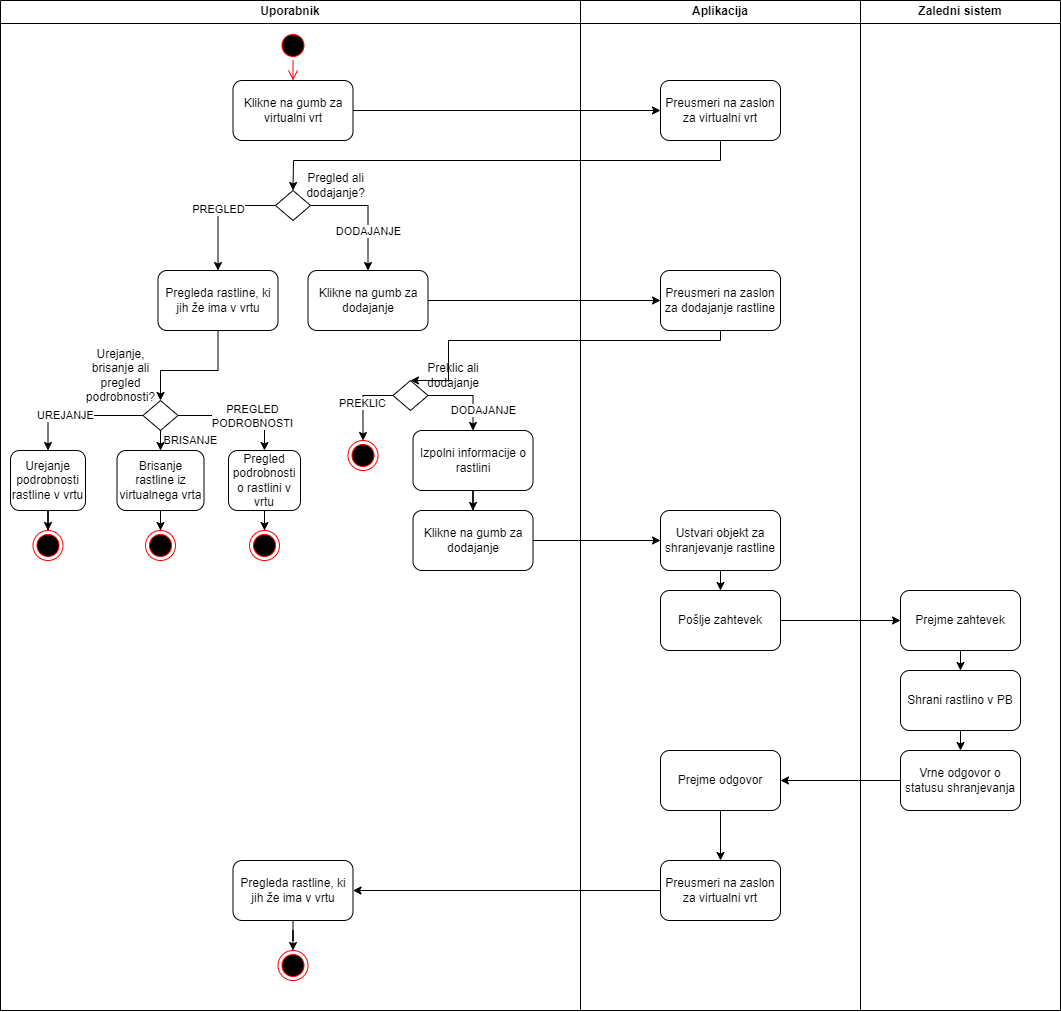
Above: Documentation/ActivityDiagrams/VirtualGarden/DA_VirtualniVrt.png in zala-lahovnik/BotaniAI (draw.io), before the change. Source tidied: cells renumbered, new cells last; positions are measured from the earlier drawing's top-left corner, leaving out a move shared by most shapes.
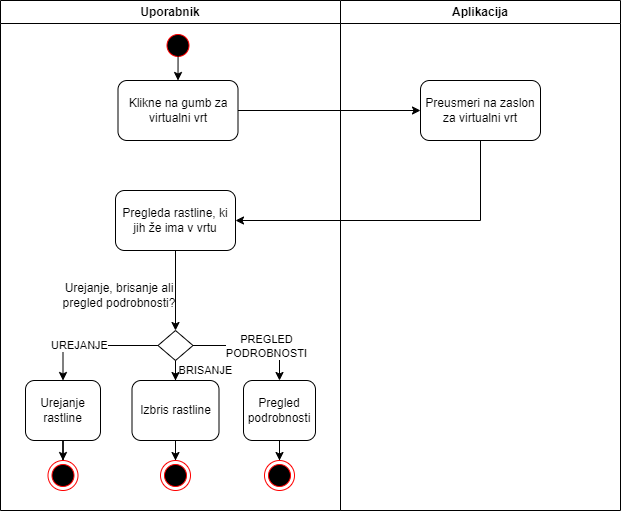
The same diagram one commit later.

Commit message:
docs: update activity diagram for virtual garden

The edit, as a diff of the source:
```diff
@@ -3,96 +3,28 @@
     <mxCell id="0" />
     <mxCell id="1" parent="0" />
     <mxCell id="2" value="Uporabnik" style="swimlane;whiteSpace=wrap;html=1;" parent="1" vertex="1">
-      <mxGeometry width="580" height="1010" as="geometry" />
+      <mxGeometry x="240" width="340" height="510" as="geometry" />
     </mxCell>
     <mxCell id="3" style="ellipse;html=1;shape=startState;fillColor=#000000;strokeColor=#ff0000;" parent="2" vertex="1">
-      <mxGeometry x="277.5" y="30" width="30" height="30" as="geometry" />
+      <mxGeometry x="162.5" y="30" width="30" height="30" as="geometry" />
     </mxCell>
-    <mxCell id="4" style="edgeStyle=orthogonalEdgeStyle;html=1;verticalAlign=bottom;endArrow=open;endSize=8;strokeColor=#ff0000;rounded=0;entryX=0.5;entryY=0;entryDx=0;entryDy=0;" parent="2" edge="1" source="3" target="5">
+    <mxCell id="4" style="edgeStyle=orthogonalEdgeStyle;rounded=0;jettySize=auto;html=1;exitX=0.502;exitY=0.838;exitDx=0;exitDy=0;exitPerimeter=0;entryX=0.5;entryY=0;entryDx=0;entryDy=0;" parent="2" edge="1" source="3" target="5">
       <mxGeometry relative="1" as="geometry" />
     </mxCell>
     <mxCell id="5" value="Klikne na gumb za virtualni vrt" style="rounded=1;whiteSpace=wrap;html=1;" parent="2" vertex="1">
-      <mxGeometry x="232.5" y="80" width="120" height="60" as="geometry" />
+      <mxGeometry x="117.5" y="80" width="120" height="60" as="geometry" />
     </mxCell>
-    <mxCell id="6" value="PREGLED" style="edgeStyle=orthogonalEdgeStyle;rounded=0;jettySize=auto;html=1;entryX=0.5;entryY=0;entryDx=0;entryDy=0;" parent="2" edge="1" source="9" target="14">
-      <mxGeometry relative="1" as="geometry">
-        <Array as="points">
-          <mxPoint x="217.5" y="205" />
-        </Array>
-      </mxGeometry>
-    </mxCell>
-    <mxCell id="7" style="edgeStyle=orthogonalEdgeStyle;rounded=0;jettySize=auto;html=1;entryX=0.5;entryY=0;entryDx=0;entryDy=0;" parent="2" edge="1" source="9" target="15">
-      <mxGeometry relative="1" as="geometry">
-        <Array as="points">
-          <mxPoint x="367.5" y="205" />
-        </Array>
-      </mxGeometry>
-    </mxCell>
-    <mxCell id="8" value="DODAJANJE" style="edgeLabel;html=1;align=center;verticalAlign=middle;" parent="7" vertex="1">
-      <mxGeometry x="0.6" y="1" relative="1" as="geometry">
-        <mxPoint x="-1" y="-16" as="offset" />
-      </mxGeometry>
-    </mxCell>
-    <mxCell id="9" style="rhombus;whiteSpace=wrap;html=1;" parent="2" vertex="1">
-      <mxGeometry x="275" y="190" width="35" height="30" as="geometry" />
-    </mxCell>
-    <mxCell id="10" style="edgeStyle=orthogonalEdgeStyle;rounded=0;jettySize=auto;html=1;entryX=0.5;entryY=0;entryDx=0;entryDy=0;" parent="2" edge="1" source="11" target="25">
-      <mxGeometry relative="1" as="geometry" />
-    </mxCell>
-    <mxCell id="11" value="Pregleda rastline, ki jih že ima v vrtu" style="whiteSpace=wrap;html=1;rounded=1;" parent="2" vertex="1">
-      <mxGeometry x="232.5" y="860" width="120" height="60" as="geometry" />
-    </mxCell>
-    <mxCell id="12" value="Pregled ali dodajanje?" style="text;html=1;strokeColor=none;fillColor=none;align=center;verticalAlign=middle;whiteSpace=wrap;rounded=0;" parent="2" vertex="1">
-      <mxGeometry x="292.5" y="170" width="85" height="30" as="geometry" />
-    </mxCell>
     <mxCell id="13" style="edgeStyle=orthogonalEdgeStyle;rounded=0;jettySize=auto;html=1;entryX=0.5;entryY=0;entryDx=0;entryDy=0;" parent="2" edge="1" source="14" target="29">
       <mxGeometry relative="1" as="geometry">
         <Array as="points">
-          <mxPoint x="217.5" y="370" />
-          <mxPoint x="160.5" y="370" />
+          <mxPoint x="175" y="250" />
+          <mxPoint x="175" y="410" />
         </Array>
       </mxGeometry>
     </mxCell>
     <mxCell id="14" value="Pregleda rastline, ki jih že ima v vrtu" style="rounded=1;whiteSpace=wrap;html=1;" parent="2" vertex="1">
-      <mxGeometry x="157.5" y="270" width="120" height="60" as="geometry" />
+      <mxGeometry x="115" y="190" width="120" height="60" as="geometry" />
     </mxCell>
-    <mxCell id="15" value="Klikne na gumb za dodajanje" style="rounded=1;whiteSpace=wrap;html=1;" parent="2" vertex="1">
-      <mxGeometry x="307.5" y="270" width="120" height="60" as="geometry" />
-    </mxCell>
-    <mxCell id="16" value="DODAJANJE" style="edgeStyle=orthogonalEdgeStyle;rounded=0;jettySize=auto;html=1;entryX=0.5;entryY=0;entryDx=0;entryDy=0;" parent="2" edge="1" source="19" target="22">
-      <mxGeometry x="0.5" y="10" relative="1" as="geometry">
-        <Array as="points">
-          <mxPoint x="472.5" y="395" />
-        </Array>
-      </mxGeometry>
-    </mxCell>
-    <mxCell id="17" style="edgeStyle=orthogonalEdgeStyle;rounded=0;jettySize=auto;html=1;entryX=0.5;entryY=0;entryDx=0;entryDy=0;" parent="2" edge="1" source="19" target="23">
-      <mxGeometry relative="1" as="geometry" />
-    </mxCell>
-    <mxCell id="18" value="PREKLIC" style="edgeLabel;html=1;align=center;verticalAlign=middle;" parent="17" vertex="1">
-      <mxGeometry x="-0.03" y="-1" relative="1" as="geometry" />
-    </mxCell>
-    <mxCell id="19" style="rhombus;whiteSpace=wrap;html=1;" parent="2" vertex="1">
-      <mxGeometry x="392.5" y="380" width="35" height="30" as="geometry" />
-    </mxCell>
-    <mxCell id="20" value="Preklic ali dodajanje" style="text;html=1;strokeColor=none;fillColor=none;align=center;verticalAlign=middle;whiteSpace=wrap;rounded=0;" parent="2" vertex="1">
-      <mxGeometry x="422.5" y="360" width="60" height="30" as="geometry" />
-    </mxCell>
-    <mxCell id="21" style="edgeStyle=orthogonalEdgeStyle;rounded=0;jettySize=auto;html=1;" parent="2" edge="1" source="22" target="24">
-      <mxGeometry relative="1" as="geometry" />
-    </mxCell>
-    <mxCell id="22" value="Izpolni informacije o rastlini" style="rounded=1;whiteSpace=wrap;html=1;" parent="2" vertex="1">
-      <mxGeometry x="412.5" y="430" width="120" height="60" as="geometry" />
-    </mxCell>
-    <mxCell id="23" style="ellipse;html=1;shape=endState;fillColor=#000000;strokeColor=#ff0000;" parent="2" vertex="1">
-      <mxGeometry x="347.5" y="440" width="30" height="30" as="geometry" />
-    </mxCell>
-    <mxCell id="24" value="Klikne na gumb za dodajanje" style="whiteSpace=wrap;html=1;rounded=1;" parent="2" vertex="1">
-      <mxGeometry x="412.5" y="510" width="120" height="60" as="geometry" />
-    </mxCell>
-    <mxCell id="25" style="ellipse;html=1;shape=endState;fillColor=#000000;strokeColor=#ff0000;" parent="2" vertex="1">
-      <mxGeometry x="277.5" y="950" width="30" height="30" as="geometry" />
-    </mxCell>
     <mxCell id="26" style="edgeStyle=orthogonalEdgeStyle;rounded=0;jettySize=auto;html=1;entryX=0.5;entryY=0;entryDx=0;entryDy=0;" parent="2" edge="1" source="29" target="32">
       <mxGeometry relative="1" as="geometry" />
     </mxCell>
@@ -103,28 +35,28 @@
       <mxGeometry x="0.67" y="30" relative="1" as="geometry" />
     </mxCell>
     <mxCell id="29" style="rhombus;whiteSpace=wrap;html=1;" parent="2" vertex="1">
-      <mxGeometry x="142.5" y="400" width="35" height="30" as="geometry" />
+      <mxGeometry x="157.5" y="330" width="35" height="30" as="geometry" />
     </mxCell>
     <mxCell id="30" value="Urejanje, brisanje ali pregled podrobnosti?" style="text;html=1;strokeColor=none;fillColor=none;align=center;verticalAlign=middle;whiteSpace=wrap;rounded=0;" parent="2" vertex="1">
-      <mxGeometry x="72.5" y="360" width="95" height="30" as="geometry" />
+      <mxGeometry x="55" y="270" width="127.5" height="50" as="geometry" />
     </mxCell>
     <mxCell id="31" style="edgeStyle=orthogonalEdgeStyle;rounded=0;jettySize=auto;html=1;" parent="2" edge="1" source="32" target="39">
       <mxGeometry relative="1" as="geometry" />
     </mxCell>
-    <mxCell id="32" value="Urejanje podrobnosti rastline v vrtu" style="rounded=1;whiteSpace=wrap;html=1;" parent="2" vertex="1">
-      <mxGeometry x="10" y="450" width="75" height="60" as="geometry" />
+    <mxCell id="32" value="Urejanje rastline" style="rounded=1;whiteSpace=wrap;html=1;" parent="2" vertex="1">
+      <mxGeometry x="25" y="380" width="75" height="60" as="geometry" />
     </mxCell>
     <mxCell id="33" style="edgeStyle=orthogonalEdgeStyle;rounded=0;jettySize=auto;html=1;" parent="2" edge="1" source="34" target="40">
       <mxGeometry relative="1" as="geometry" />
     </mxCell>
-    <mxCell id="34" value="Brisanje rastline iz virtualnega vrta" style="rounded=1;whiteSpace=wrap;html=1;" parent="2" vertex="1">
-      <mxGeometry x="116.5" y="450" width="87" height="60" as="geometry" />
+    <mxCell id="34" value="Izbris rastline" style="rounded=1;whiteSpace=wrap;html=1;" parent="2" vertex="1">
+      <mxGeometry x="131.5" y="380" width="87" height="60" as="geometry" />
     </mxCell>
     <mxCell id="35" style="edgeStyle=orthogonalEdgeStyle;rounded=0;jettySize=auto;html=1;" parent="2" edge="1" source="36" target="41">
       <mxGeometry relative="1" as="geometry" />
     </mxCell>
-    <mxCell id="36" value="Pregled podrobnosti o rastlini v vrtu" style="rounded=1;whiteSpace=wrap;html=1;" parent="2" vertex="1">
-      <mxGeometry x="228" y="450" width="72" height="60" as="geometry" />
+    <mxCell id="36" value="Pregled podrobnosti" style="rounded=1;whiteSpace=wrap;html=1;" parent="2" vertex="1">
+      <mxGeometry x="243" y="380" width="72" height="60" as="geometry" />
     </mxCell>
     <mxCell id="37" style="edgeStyle=orthogonalEdgeStyle;rounded=0;jettySize=auto;html=1;entryX=0.5;entryY=0;entryDx=0;entryDy=0;exitX=1;exitY=0.5;exitDx=0;exitDy=0;" parent="2" edge="1" source="29" target="36">
       <mxGeometry relative="1" as="geometry" />
@@ -135,93 +67,29 @@
       </mxGeometry>
     </mxCell>
     <mxCell id="39" style="ellipse;html=1;shape=endState;fillColor=#000000;strokeColor=#ff0000;" parent="2" vertex="1">
-      <mxGeometry x="32.5" y="530" width="30" height="30" as="geometry" />
+      <mxGeometry x="47.5" y="460" width="30" height="30" as="geometry" />
     </mxCell>
     <mxCell id="40" style="ellipse;html=1;shape=endState;fillColor=#000000;strokeColor=#ff0000;" parent="2" vertex="1">
-      <mxGeometry x="145" y="530" width="30" height="30" as="geometry" />
+      <mxGeometry x="160" y="460" width="30" height="30" as="geometry" />
     </mxCell>
     <mxCell id="41" style="ellipse;html=1;shape=endState;fillColor=#000000;strokeColor=#ff0000;" parent="2" vertex="1">
-      <mxGeometry x="249" y="530" width="30" height="30" as="geometry" />
+      <mxGeometry x="264" y="460" width="30" height="30" as="geometry" />
     </mxCell>
     <mxCell id="42" value="Aplikacija" style="swimlane;whiteSpace=wrap;html=1;" parent="1" vertex="1">
-      <mxGeometry x="580" width="280" height="1010" as="geometry" />
+      <mxGeometry x="580" width="280" height="510" as="geometry" />
     </mxCell>
     <mxCell id="43" value="Preusmeri na zaslon za virtualni vrt" style="rounded=1;whiteSpace=wrap;html=1;" parent="42" vertex="1">
       <mxGeometry x="80" y="80" width="120" height="60" as="geometry" />
     </mxCell>
-    <mxCell id="44" value="Preusmeri na zaslon za dodajanje rastline" style="rounded=1;whiteSpace=wrap;html=1;" parent="42" vertex="1">
-      <mxGeometry x="80" y="270" width="120" height="60" as="geometry" />
-    </mxCell>
-    <mxCell id="45" style="edgeStyle=orthogonalEdgeStyle;rounded=0;jettySize=auto;html=1;" parent="42" edge="1" source="46" target="49">
-      <mxGeometry relative="1" as="geometry" />
-    </mxCell>
-    <mxCell id="46" value="Ustvari objekt za shranjevanje rastline" style="whiteSpace=wrap;html=1;rounded=1;" parent="42" vertex="1">
-      <mxGeometry x="80" y="510" width="120" height="60" as="geometry" />
-    </mxCell>
-    <mxCell id="47" style="edgeStyle=orthogonalEdgeStyle;rounded=0;jettySize=auto;html=1;" parent="42" edge="1" source="48" target="50">
-      <mxGeometry relative="1" as="geometry" />
-    </mxCell>
-    <mxCell id="48" value="Prejme odgovor" style="whiteSpace=wrap;html=1;rounded=1;" parent="42" vertex="1">
-      <mxGeometry x="80" y="750" width="120" height="60" as="geometry" />
-    </mxCell>
-    <mxCell id="49" value="Pošlje zahtevek" style="rounded=1;whiteSpace=wrap;html=1;" parent="42" vertex="1">
-      <mxGeometry x="80" y="590" width="120" height="60" as="geometry" />
-    </mxCell>
-    <mxCell id="50" value="Preusmeri na zaslon za virtualni vrt" style="whiteSpace=wrap;html=1;rounded=1;" parent="42" vertex="1">
-      <mxGeometry x="80" y="860" width="120" height="60" as="geometry" />
-    </mxCell>
-    <mxCell id="51" value="Zaledni sistem" style="swimlane;whiteSpace=wrap;html=1;startSize=23;" parent="1" vertex="1">
-      <mxGeometry x="860" width="200" height="1010" as="geometry" />
-    </mxCell>
-    <mxCell id="52" style="edgeStyle=orthogonalEdgeStyle;rounded=0;jettySize=auto;html=1;" parent="51" edge="1" source="53" target="54">
-      <mxGeometry relative="1" as="geometry" />
-    </mxCell>
-    <mxCell id="53" value="Prejme zahtevek" style="whiteSpace=wrap;html=1;rounded=1;" parent="51" vertex="1">
-      <mxGeometry x="40" y="590" width="120" height="60" as="geometry" />
-    </mxCell>
-    <mxCell id="54" value="Shrani rastlino v PB" style="whiteSpace=wrap;html=1;rounded=1;" parent="51" vertex="1">
-      <mxGeometry x="40" y="670" width="120" height="60" as="geometry" />
-    </mxCell>
-    <mxCell id="55" style="edgeStyle=orthogonalEdgeStyle;rounded=0;jettySize=auto;html=1;exitX=0.5;exitY=1;exitDx=0;exitDy=0;entryX=0.5;entryY=0;entryDx=0;entryDy=0;" parent="51" edge="1" source="54" target="56">
-      <mxGeometry relative="1" as="geometry" />
-    </mxCell>
-    <mxCell id="56" value="Vrne odgovor o statusu shranjevanja" style="whiteSpace=wrap;html=1;rounded=1;" parent="51" vertex="1">
-      <mxGeometry x="40" y="750" width="120" height="60" as="geometry" />
-    </mxCell>
     <mxCell id="57" style="endArrow=classic;html=1;rounded=0;exitX=1;exitY=0.5;exitDx=0;exitDy=0;entryX=0;entryY=0.5;entryDx=0;entryDy=0;" parent="1" edge="1" source="5" target="43">
       <mxGeometry relative="1" as="geometry" />
     </mxCell>
-    <mxCell id="58" style="endArrow=classic;html=1;rounded=0;exitX=0.5;exitY=1;exitDx=0;exitDy=0;entryX=0.5;entryY=0;entryDx=0;entryDy=0;" parent="1" edge="1" source="43" target="9">
-      <mxGeometry relative="1" as="geometry">
-        <Array as="points">
-          <mxPoint x="720" y="160" />
-          <mxPoint x="293" y="160" />
-        </Array>
-      </mxGeometry>
-    </mxCell>
-    <mxCell id="59" style="edgeStyle=orthogonalEdgeStyle;rounded=0;jettySize=auto;html=1;" parent="1" edge="1" source="49" target="53">
-      <mxGeometry relative="1" as="geometry" />
-    </mxCell>
-    <mxCell id="60" style="edgeStyle=orthogonalEdgeStyle;rounded=0;jettySize=auto;html=1;entryX=0;entryY=0.5;entryDx=0;entryDy=0;" parent="1" edge="1" source="15" target="44">
-      <mxGeometry relative="1" as="geometry" />
-    </mxCell>
-    <mxCell id="61" style="edgeStyle=orthogonalEdgeStyle;rounded=0;jettySize=auto;html=1;entryX=0.5;entryY=0;entryDx=0;entryDy=0;" parent="1" edge="1" source="44" target="19">
-      <mxGeometry relative="1" as="geometry">
-        <Array as="points">
-          <mxPoint x="720" y="340" />
-          <mxPoint x="448" y="340" />
-          <mxPoint x="448" y="380" />
-        </Array>
-      </mxGeometry>
-    </mxCell>
-    <mxCell id="62" style="edgeStyle=orthogonalEdgeStyle;rounded=0;jettySize=auto;html=1;entryX=0;entryY=0.5;entryDx=0;entryDy=0;" parent="1" edge="1" source="24" target="46">
-      <mxGeometry relative="1" as="geometry" />
-    </mxCell>
-    <mxCell id="63" style="edgeStyle=orthogonalEdgeStyle;rounded=0;jettySize=auto;html=1;entryX=1;entryY=0.5;entryDx=0;entryDy=0;" parent="1" edge="1" source="56" target="48">
-      <mxGeometry relative="1" as="geometry" />
-    </mxCell>
-    <mxCell id="64" style="edgeStyle=orthogonalEdgeStyle;rounded=0;jettySize=auto;html=1;exitX=0;exitY=0.5;exitDx=0;exitDy=0;entryX=1;entryY=0.5;entryDx=0;entryDy=0;" parent="1" edge="1" source="50" target="11">
-      <mxGeometry relative="1" as="geometry" />
-    </mxCell>
+    <mxCell id="65" style="edgeStyle=orthogonalEdgeStyle;rounded=0;jettySize=auto;html=1;entryX=1;entryY=0.5;entryDx=0;entryDy=0;" parent="1" edge="1" source="43" target="14">
+      <mxGeometry relative="1" as="geometry">
+        <Array as="points">
+          <mxPoint x="720" y="220" />
+        </Array>
+      </mxGeometry>
+    </mxCell>
   </root>
 </mxGraphModel>
```
